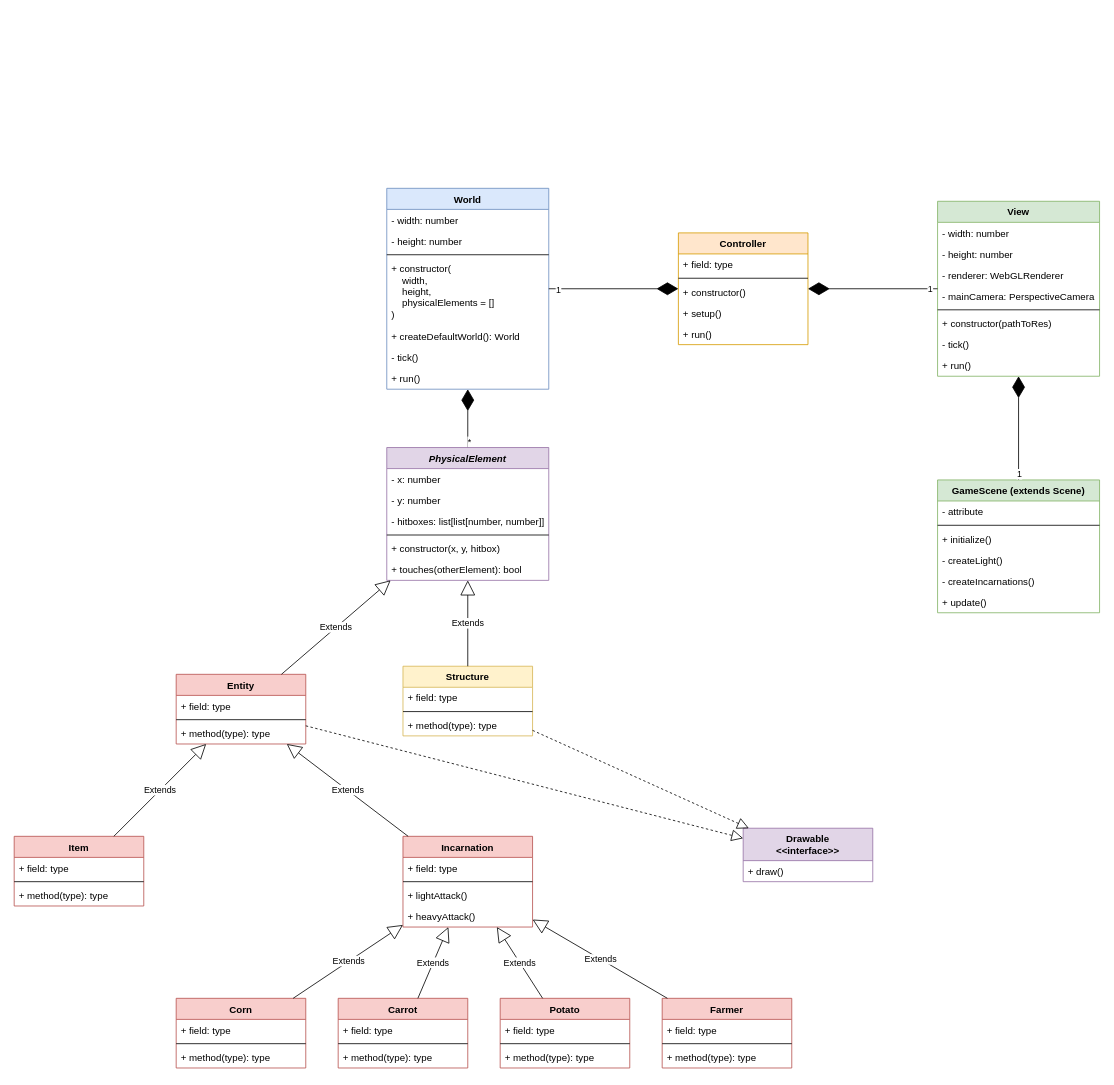
Above: information/class diagram.drawio in le-chartreux/Rutabagarre-web-edition (draw.io), before the change. Source tidied: cells renumbered, new cells numbered last; positions are measured from the earlier drawing's top-left corner, leaving out a move shared by most shapes. Both pictures are drawn from the tidied source at 81%, with x=0, y=0 at pixel (14, 188).
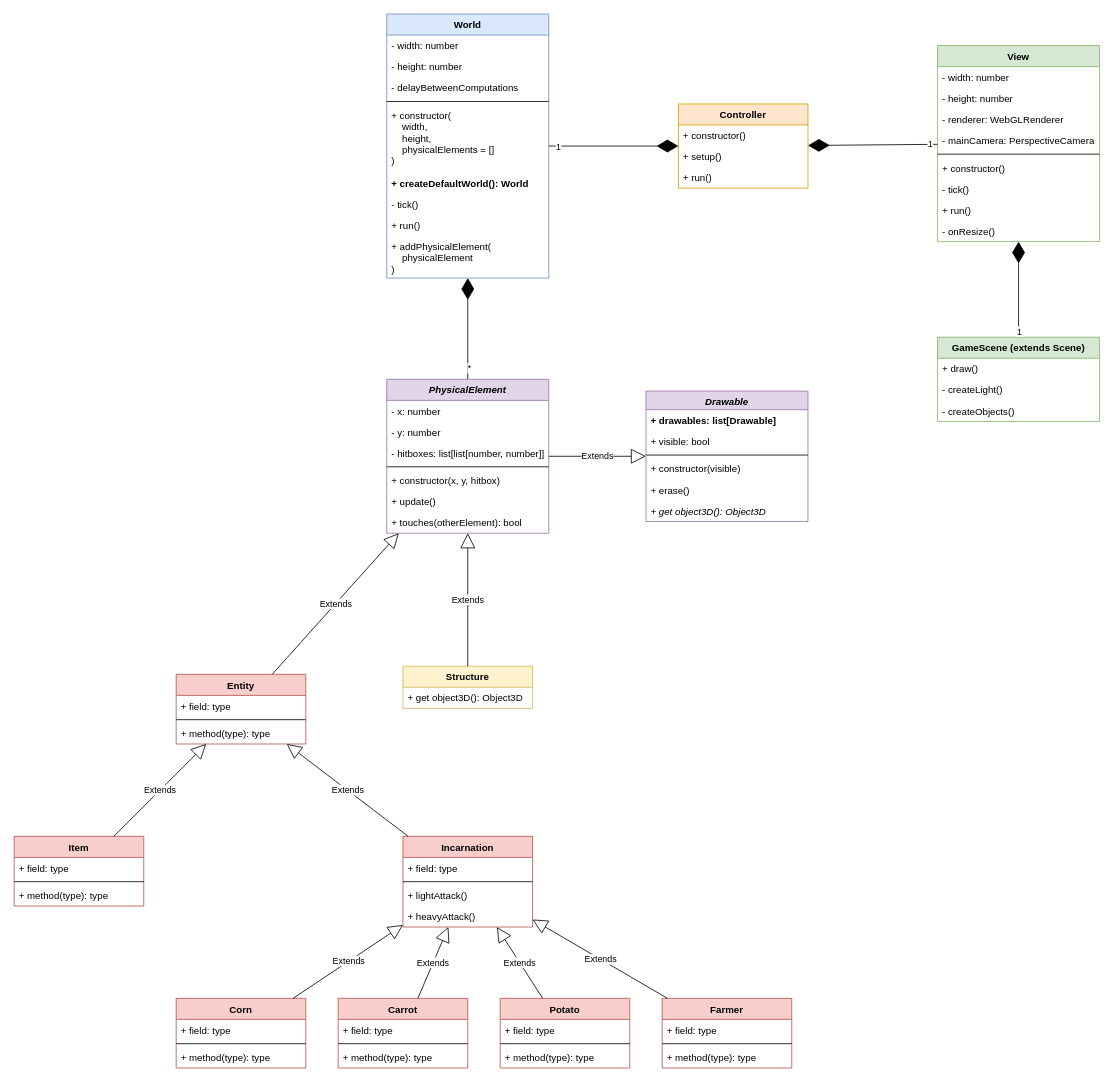
The same diagram, later.

The change refers to these unchanged cells:
```xml
<mxCell id="31" value="Entity" style="swimlane;fontStyle=1;align=center;verticalAlign=top;horizontal=1;startSize=26;fillColor=#f8cecc;strokeColor=#b85450;" parent="1" vertex="1">
  <mxGeometry x="200" y="600" width="160" height="86" as="geometry" />
</mxCell>
```

What changed in the source:
```diff
@@
     <mxCell id="2" value="View" style="swimlane;fontStyle=1;align=center;verticalAlign=top;horizontal=1;startSize=26;fillColor=#d5e8d4;strokeColor=#82b366;" parent="1" vertex="1">
-      <mxGeometry x="1140" y="16" width="200" height="216" as="geometry" />
+      <mxGeometry x="1140" y="-176.2" width="200" height="242" as="geometry" />
     </mxCell>
@@
-    <mxCell id="8" value="+ constructor(pathToRes)" style="text;strokeColor=none;fillColor=none;align=left;verticalAlign=top;spacingLeft=4;spacingRight=4;overflow=hidden;" parent="2" vertex="1">
+    <mxCell id="8" value="+ constructor()" style="text;strokeColor=none;fillColor=none;align=left;verticalAlign=top;spacingLeft=4;spacingRight=4;overflow=hidden;" parent="2" vertex="1">
       <mxGeometry y="138" width="200" height="26" as="geometry" />
     </mxCell>
@@
+    <mxCell id="92" value="- onResize()" style="text;strokeColor=none;fillColor=none;align=left;verticalAlign=top;spacingLeft=4;spacingRight=4;overflow=hidden;" parent="2" vertex="1">
+      <mxGeometry y="216" width="200" height="26" as="geometry" />
+    </mxCell>
     <mxCell id="11" value="Controller" style="swimlane;fontStyle=1;align=center;verticalAlign=top;horizontal=1;startSize=26;fillColor=#ffe6cc;strokeColor=#d79b00;" parent="1" vertex="1">
-      <mxGeometry x="820" y="55" width="160" height="138" as="geometry" />
+      <mxGeometry x="820" y="-104.2" width="160" height="104" as="geometry" />
     </mxCell>
-    <mxCell id="12" value="+ field: type" style="text;strokeColor=none;fillColor=none;align=left;verticalAlign=top;spacingLeft=4;spacingRight=4;overflow=hidden;" parent="11" vertex="1">
-      <mxGeometry y="26" width="160" height="26" as="geometry" />
-    </mxCell>
-    <mxCell id="13" style="line;strokeWidth=1;fillColor=none;align=left;verticalAlign=middle;spacingTop=-1;spacingLeft=3;spacingRight=3;labelPosition=right;" parent="11" vertex="1">
-      <mxGeometry y="52" width="160" height="8" as="geometry" />
-    </mxCell>
     <mxCell id="14" value="+ constructor()" style="text;strokeColor=none;fillColor=none;align=left;verticalAlign=top;spacingLeft=4;spacingRight=4;overflow=hidden;" parent="11" vertex="1">
-      <mxGeometry y="60" width="160" height="26" as="geometry" />
+      <mxGeometry y="26" width="160" height="26" as="geometry" />
     </mxCell>
     <mxCell id="15" value="+ setup()" style="text;strokeColor=none;fillColor=none;align=left;verticalAlign=top;spacingLeft=4;spacingRight=4;overflow=hidden;" parent="11" vertex="1">
-      <mxGeometry y="86" width="160" height="26" as="geometry" />
+      <mxGeometry y="52" width="160" height="26" as="geometry" />
     </mxCell>
     <mxCell id="16" value="+ run()" style="text;strokeColor=none;fillColor=none;align=left;verticalAlign=top;spacingLeft=4;spacingRight=4;overflow=hidden;" parent="11" vertex="1">
-      <mxGeometry y="112" width="160" height="26" as="geometry" />
+      <mxGeometry y="78" width="160" height="26" as="geometry" />
     </mxCell>
     <mxCell id="17" value="World" style="swimlane;fontStyle=1;align=center;verticalAlign=top;horizontal=1;startSize=26;fillColor=#dae8fc;strokeColor=#6c8ebf;" parent="1" vertex="1">
-      <mxGeometry x="460" width="200" height="248" as="geometry" />
+      <mxGeometry x="460" y="-215.2" width="200" height="326" as="geometry" />
     </mxCell>
@@
+    <mxCell id="93" value="- delayBetweenComputations" style="text;strokeColor=none;fillColor=none;align=left;verticalAlign=top;spacingLeft=4;spacingRight=4;overflow=hidden;" parent="17" vertex="1">
+      <mxGeometry y="78" width="200" height="26" as="geometry" />
+    </mxCell>
     <mxCell id="20" style="line;strokeWidth=1;fillColor=none;align=left;verticalAlign=middle;spacingTop=-1;spacingLeft=3;spacingRight=3;labelPosition=right;" parent="17" vertex="1">
-      <mxGeometry y="78" width="200" height="8" as="geometry" />
+      <mxGeometry y="104" width="200" height="8" as="geometry" />
     </mxCell>
     <mxCell id="21" value="+ constructor(&#10;    width, &#10;    height, &#10;    physicalElements = []&#10;)" style="text;strokeColor=none;fillColor=none;align=left;verticalAlign=top;spacingLeft=4;spacingRight=4;overflow=hidden;" parent="17" vertex="1">
-      <mxGeometry y="86" width="200" height="84" as="geometry" />
+      <mxGeometry y="112" width="200" height="84" as="geometry" />
     </mxCell>
-    <mxCell id="22" value="+ createDefaultWorld(): World" style="text;strokeColor=none;fillColor=none;align=left;verticalAlign=top;spacingLeft=4;spacingRight=4;overflow=hidden;" parent="17" vertex="1">
-      <mxGeometry y="170" width="200" height="26" as="geometry" />
+    <mxCell id="22" value="+ createDefaultWorld(): World" style="text;strokeColor=none;fillColor=none;align=left;verticalAlign=top;spacingLeft=4;spacingRight=4;overflow=hidden;fontStyle=1;" parent="17" vertex="1">
+      <mxGeometry y="196" width="200" height="26" as="geometry" />
     </mxCell>
     <mxCell id="23" value="- tick()" style="text;strokeColor=none;fillColor=none;align=left;verticalAlign=top;spacingLeft=4;spacingRight=4;overflow=hidden;" parent="17" vertex="1">
-      <mxGeometry y="196" width="200" height="26" as="geometry" />
+      <mxGeometry y="222" width="200" height="26" as="geometry" />
     </mxCell>
     <mxCell id="24" value="+ run()" style="text;strokeColor=none;fillColor=none;align=left;verticalAlign=top;spacingLeft=4;spacingRight=4;overflow=hidden;" parent="17" vertex="1">
-      <mxGeometry y="222" width="200" height="26" as="geometry" />
+      <mxGeometry y="248" width="200" height="26" as="geometry" />
     </mxCell>
+    <mxCell id="94" value="+ addPhysicalElement(&#10;    physicalElement&#10;)" style="text;strokeColor=none;fillColor=none;align=left;verticalAlign=top;spacingLeft=4;spacingRight=4;overflow=hidden;" parent="17" vertex="1">
+      <mxGeometry y="274" width="200" height="52" as="geometry" />
+    </mxCell>
-    <mxCell id="25" value="Drawable&#10;&lt;&lt;interface&gt;&gt;" style="swimlane;fontStyle=1;align=center;verticalAlign=top;horizontal=1;startSize=40;fillColor=#e1d5e7;strokeColor=#9673a6;" parent="1" vertex="1">
-      <mxGeometry x="900" y="790" width="160" height="66" as="geometry" />
+    <mxCell id="25" value="Drawable" style="swimlane;fontStyle=3;align=center;verticalAlign=top;horizontal=1;startSize=23;fillColor=#e1d5e7;strokeColor=#9673a6;" parent="1" vertex="1">
+      <mxGeometry x="780" y="250.3" width="200" height="161" as="geometry" />
     </mxCell>
+    <mxCell id="95" value="+ drawables: list[Drawable]" style="text;strokeColor=none;fillColor=none;align=left;verticalAlign=top;spacingLeft=4;spacingRight=4;overflow=hidden;fontStyle=1;" parent="25" vertex="1">
+      <mxGeometry y="23" width="200" height="26" as="geometry" />
+    </mxCell>
+    <mxCell id="96" value="+ visible: bool" style="text;strokeColor=none;fillColor=none;align=left;verticalAlign=top;spacingLeft=4;spacingRight=4;overflow=hidden;" parent="25" vertex="1">
+      <mxGeometry y="49" width="200" height="26" as="geometry" />
+    </mxCell>
+    <mxCell id="97" style="line;strokeWidth=1;fillColor=none;align=left;verticalAlign=middle;spacingTop=-1;spacingLeft=3;spacingRight=3;labelPosition=right;" parent="25" vertex="1">
+      <mxGeometry y="75" width="200" height="8" as="geometry" />
+    </mxCell>
+    <mxCell id="98" value="+ constructor(visible)" style="text;strokeColor=none;fillColor=none;align=left;verticalAlign=top;spacingLeft=4;spacingRight=4;overflow=hidden;" parent="25" vertex="1">
+      <mxGeometry y="83" width="200" height="26" as="geometry" />
+    </mxCell>
+    <mxCell id="99" value="+ erase()" style="text;strokeColor=none;fillColor=none;align=left;verticalAlign=top;spacingLeft=4;spacingRight=4;overflow=hidden;" parent="25" vertex="1">
+      <mxGeometry y="109" width="200" height="26" as="geometry" />
+    </mxCell>
-    <mxCell id="26" value="+ draw()" style="text;strokeColor=none;fillColor=none;align=left;verticalAlign=top;spacingLeft=4;spacingRight=4;overflow=hidden;" parent="25" vertex="1">
-      <mxGeometry y="40" width="160" height="26" as="geometry" />
+    <mxCell id="26" value="+ get object3D(): Object3D" style="text;strokeColor=none;fillColor=none;align=left;verticalAlign=top;spacingLeft=4;spacingRight=4;overflow=hidden;fontStyle=2;" parent="25" vertex="1">
+      <mxGeometry y="135" width="200" height="26" as="geometry" />
     </mxCell>
@@
     <mxCell id="35" value="Structure" style="swimlane;fontStyle=1;align=center;verticalAlign=top;horizontal=1;startSize=26;fillColor=#fff2cc;strokeColor=#d6b656;" parent="1" vertex="1">
-      <mxGeometry x="480" y="590" width="160" height="86" as="geometry" />
+      <mxGeometry x="480" y="590" width="160" height="52" as="geometry" />
     </mxCell>
-    <mxCell id="36" value="+ field: type" style="text;strokeColor=none;fillColor=none;align=left;verticalAlign=top;spacingLeft=4;spacingRight=4;overflow=hidden;" parent="35" vertex="1">
-      <mxGeometry y="26" width="160" height="26" as="geometry" />
-    </mxCell>
-    <mxCell id="37" style="line;strokeWidth=1;fillColor=none;align=left;verticalAlign=middle;spacingTop=-1;spacingLeft=3;spacingRight=3;labelPosition=right;" parent="35" vertex="1">
-      <mxGeometry y="52" width="160" height="8" as="geometry" />
-    </mxCell>
-    <mxCell id="38" value="+ method(type): type" style="text;strokeColor=none;fillColor=none;align=left;verticalAlign=top;spacingLeft=4;spacingRight=4;overflow=hidden;" parent="35" vertex="1">
-      <mxGeometry y="60" width="160" height="26" as="geometry" />
+    <mxCell id="38" value="+ get object3D(): Object3D" style="text;strokeColor=none;fillColor=none;align=left;verticalAlign=top;spacingLeft=4;spacingRight=4;overflow=hidden;" parent="35" vertex="1">
+      <mxGeometry y="26" width="160" height="26" as="geometry" />
     </mxCell>
-    <mxCell id="39" style="endArrow=block;dashed=1;endFill=0;endSize=12;html=1;rounded=0;" parent="1" edge="1" source="31" target="25">
-      <mxGeometry relative="1" as="geometry" />
-    </mxCell>
-    <mxCell id="40" style="endArrow=block;dashed=1;endFill=0;endSize=12;html=1;rounded=0;" parent="1" edge="1" source="35" target="25">
-      <mxGeometry relative="1" as="geometry" />
-    </mxCell>
@@
     <mxCell id="74" value="PhysicalElement" style="swimlane;fontStyle=3;align=center;verticalAlign=top;horizontal=1;startSize=26;fillColor=#e1d5e7;strokeColor=#9673a6;" parent="1" vertex="1">
-      <mxGeometry x="460" y="320" width="200" height="164" as="geometry" />
+      <mxGeometry x="460" y="235.8" width="200" height="190" as="geometry" />
     </mxCell>
@@
+    <mxCell id="89" value="+ update()" style="text;strokeColor=none;fillColor=none;align=left;verticalAlign=top;spacingLeft=4;spacingRight=4;overflow=hidden;" parent="74" vertex="1">
+      <mxGeometry y="138" width="200" height="26" as="geometry" />
+    </mxCell>
     <mxCell id="80" value="+ touches(otherElement): bool" style="text;strokeColor=none;fillColor=none;align=left;verticalAlign=top;spacingLeft=4;spacingRight=4;overflow=hidden;" parent="74" vertex="1">
-      <mxGeometry y="138" width="200" height="26" as="geometry" />
+      <mxGeometry y="164" width="200" height="26" as="geometry" />
     </mxCell>
@@
     <mxCell id="83" value="GameScene (extends Scene)" style="swimlane;fontStyle=1;align=center;verticalAlign=top;horizontal=1;startSize=26;fillColor=#d5e8d4;strokeColor=#82b366;" parent="1" vertex="1">
-      <mxGeometry x="1140" y="360" width="200" height="164" as="geometry" />
+      <mxGeometry x="1140" y="183.8" width="200" height="104" as="geometry" />
     </mxCell>
-    <mxCell id="84" value="- attribute" style="text;strokeColor=none;fillColor=none;align=left;verticalAlign=top;spacingLeft=4;spacingRight=4;overflow=hidden;" parent="83" vertex="1">
-      <mxGeometry y="26" width="200" height="26" as="geometry" />
-    </mxCell>
-    <mxCell id="85" style="line;strokeWidth=1;fillColor=none;align=left;verticalAlign=middle;spacingTop=-1;spacingLeft=3;spacingRight=3;labelPosition=right;" parent="83" vertex="1">
-      <mxGeometry y="52" width="200" height="8" as="geometry" />
-    </mxCell>
-    <mxCell id="86" value="+ initialize()" style="text;strokeColor=none;fillColor=none;align=left;verticalAlign=top;spacingLeft=4;spacingRight=4;overflow=hidden;" parent="83" vertex="1">
-      <mxGeometry y="60" width="200" height="26" as="geometry" />
+    <mxCell id="86" value="+ draw()" style="text;strokeColor=none;fillColor=none;align=left;verticalAlign=top;spacingLeft=4;spacingRight=4;overflow=hidden;" parent="83" vertex="1">
+      <mxGeometry y="26" width="200" height="26" as="geometry" />
     </mxCell>
     <mxCell id="87" value="- createLight()" style="text;strokeColor=none;fillColor=none;align=left;verticalAlign=top;spacingLeft=4;spacingRight=4;overflow=hidden;" parent="83" vertex="1">
-      <mxGeometry y="86" width="200" height="26" as="geometry" />
+      <mxGeometry y="52" width="200" height="26" as="geometry" />
     </mxCell>
-    <mxCell id="88" value="- createIncarnations()" style="text;strokeColor=none;fillColor=none;align=left;verticalAlign=top;spacingLeft=4;spacingRight=4;overflow=hidden;" parent="83" vertex="1">
-      <mxGeometry y="112" width="200" height="26" as="geometry" />
-    </mxCell>
-    <mxCell id="89" value="+ update()" style="text;strokeColor=none;fillColor=none;align=left;verticalAlign=top;spacingLeft=4;spacingRight=4;overflow=hidden;" parent="83" vertex="1">
-      <mxGeometry y="138" width="200" height="26" as="geometry" />
-    </mxCell>
+    <mxCell id="100" value="- createObjects()" style="text;strokeColor=none;fillColor=none;align=left;verticalAlign=top;spacingLeft=4;spacingRight=4;overflow=hidden;" parent="83" vertex="1">
+      <mxGeometry y="78" width="200" height="26" as="geometry" />
+    </mxCell>
@@
+    <mxCell id="101" value="Extends" style="endArrow=block;endSize=16;endFill=0;html=1;rounded=0;" parent="1" edge="1" source="74" target="25">
+      <mxGeometry relative="1" as="geometry" />
+    </mxCell>
```
